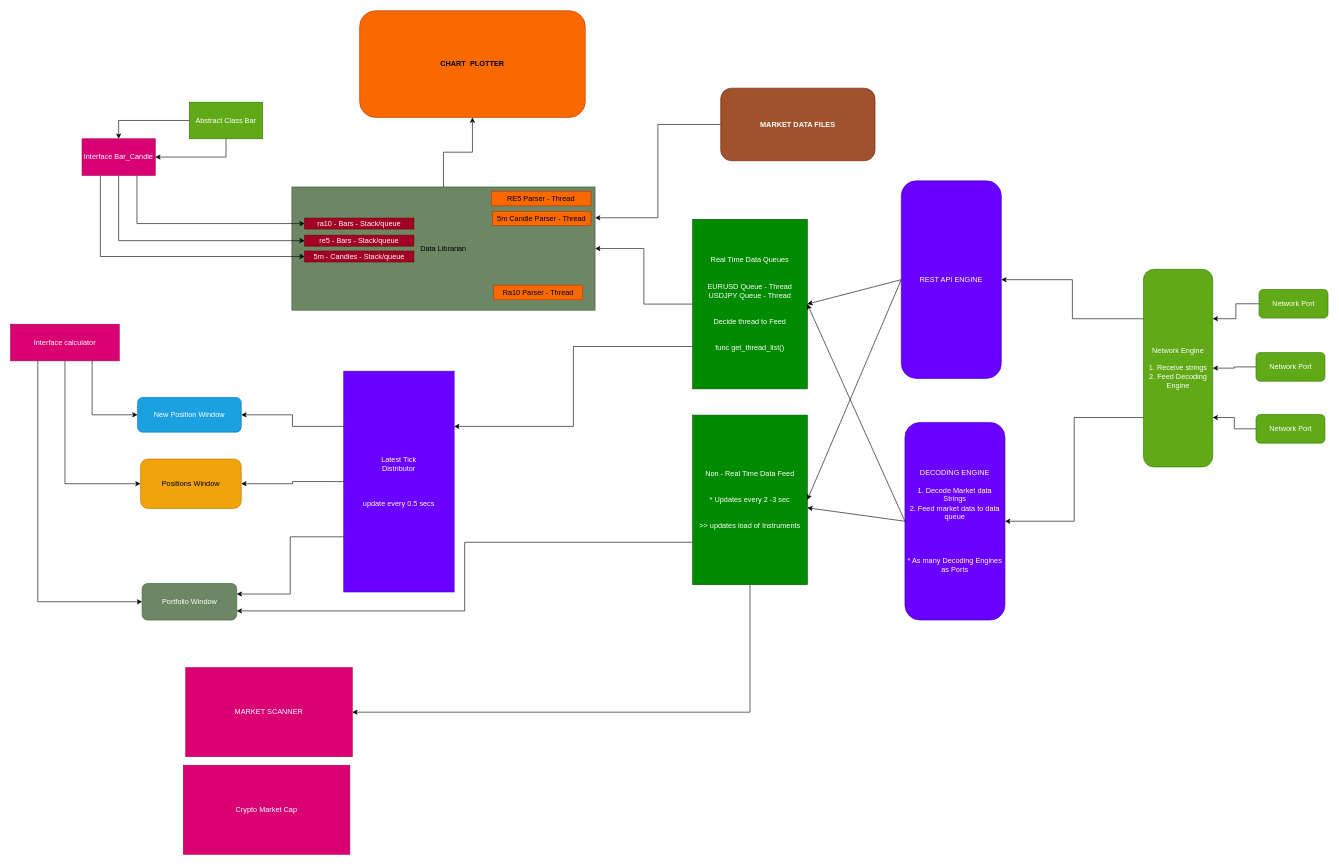
Earlier version of the draw.io diagram page "Page-1" (1 of 2) of 11 LIGHTNING DOCUMENTATION & PROPOSAL/DOCUMENTATION & DESIGHN DIAGRAMS/DATAFLOW Diagram - Market Data PipeLine.drawio (STANLEYKINYUA/LIGHTNING). Source tidied: cells renumbered, new cells numbered last; positions are measured from the earlier drawing's top-left corner, leaving out a move shared by most shapes. Both pictures are drawn from the tidied source at 61%, with x=0, y=0 at pixel (10, 10).
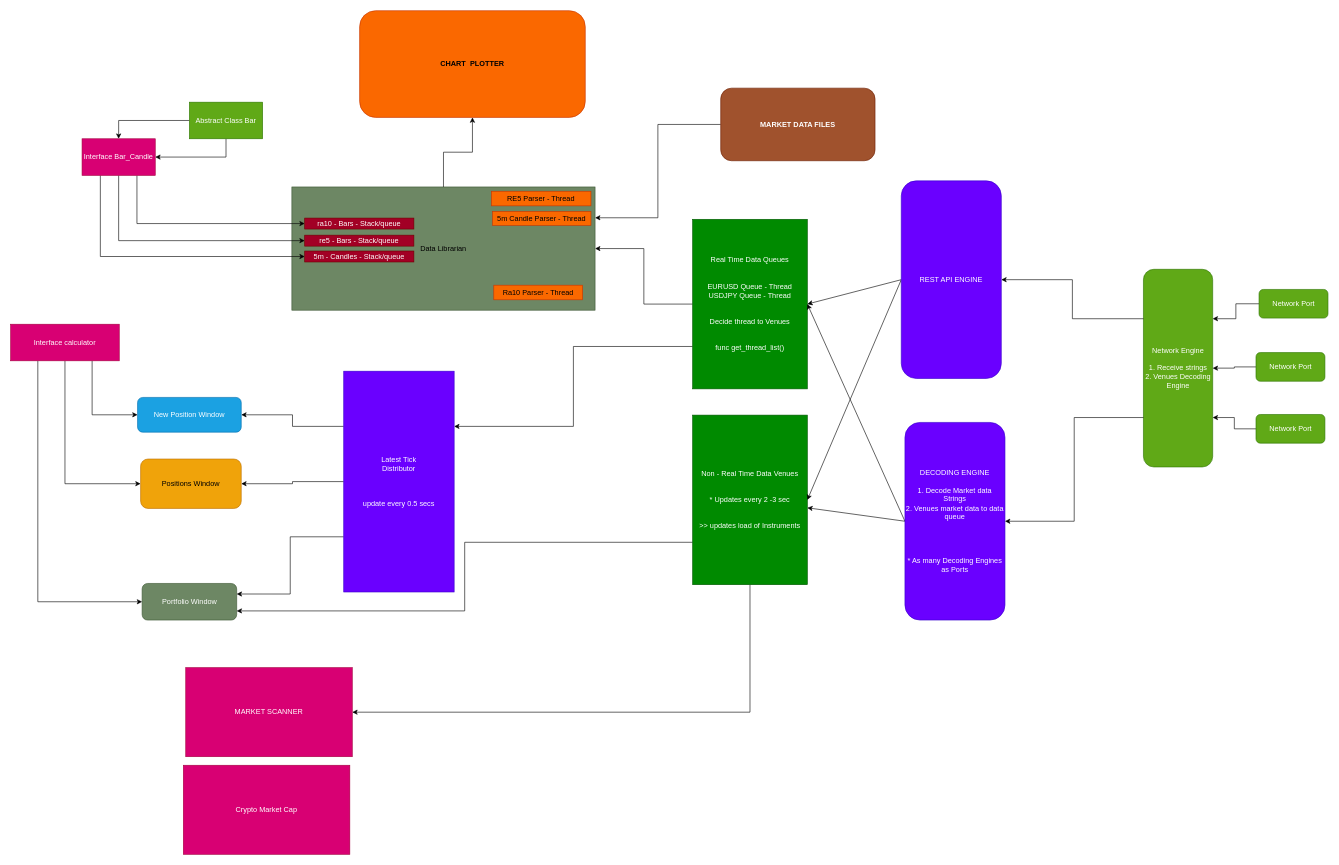
After the change.

The change refers to these unchanged cells:
```xml
<mxCell id="48" style="group;" parent="1" vertex="1">
  <mxGeometry x="1857" y="424" width="302.5" height="324" as="geometry" />
</mxCell>
```

Change to the diagram source:
```diff
@@
-    <mxCell id="4" value="Real Time Data Queues&lt;br&gt;&lt;br&gt;&lt;br&gt;EURUSD Queue - Thread&lt;br&gt;USDJPY Queue - Thread&lt;br&gt;&lt;br&gt;&lt;br&gt;Decide thread to Feed&lt;br&gt;&lt;br&gt;&lt;br&gt;func get_thread_list()" style="rounded=0;whiteSpace=wrap;html=1;fillColor=#008a00;fontColor=#ffffff;strokeColor=#005700;" parent="1" vertex="1">
+    <mxCell id="4" value="Real Time Data Queues&lt;br&gt;&lt;br&gt;&lt;br&gt;EURUSD Queue - Thread&lt;br&gt;USDJPY Queue - Thread&lt;br&gt;&lt;br&gt;&lt;br&gt;Decide thread to Venues&lt;br&gt;&lt;br&gt;&lt;br&gt;func get_thread_list()" style="rounded=0;whiteSpace=wrap;html=1;fillColor=#008a00;fontColor=#ffffff;strokeColor=#005700;" parent="1" vertex="1">
       <mxGeometry x="1118" y="342" width="188" height="278" as="geometry" />
     </mxCell>
@@
-    <mxCell id="42" value="DECODING ENGINE&lt;br&gt;&lt;br&gt;1. Decode Market data Strings&lt;br&gt;2. Feed market data to data queue&lt;br&gt;&lt;br&gt;&lt;br&gt;&lt;br&gt;&lt;br&gt;* As many Decoding Engines as Ports" style="rounded=1;whiteSpace=wrap;html=1;fillColor=#6a00ff;fontColor=#ffffff;strokeColor=#3700CC;" parent="1" vertex="1">
+    <mxCell id="42" value="DECODING ENGINE&lt;br&gt;&lt;br&gt;1. Decode Market data Strings&lt;br&gt;2. Venues market data to data queue&lt;br&gt;&lt;br&gt;&lt;br&gt;&lt;br&gt;&lt;br&gt;* As many Decoding Engines as Ports" style="rounded=1;whiteSpace=wrap;html=1;fillColor=#6a00ff;fontColor=#ffffff;strokeColor=#3700CC;" parent="1" vertex="1">
       <mxGeometry x="1466" y="675" width="164" height="324" as="geometry" />
     </mxCell>
@@
-    <mxCell id="45" value="Non - Real Time Data Feed&lt;br&gt;&lt;br&gt;&lt;br&gt;* Updates every 2 -3 sec&lt;br&gt;&lt;br&gt;&lt;br&gt;&amp;gt;&amp;gt; updates load of Instruments" style="rounded=0;whiteSpace=wrap;html=1;fillColor=#008a00;fontColor=#ffffff;strokeColor=#005700;" parent="1" vertex="1">
+    <mxCell id="45" value="Non - Real Time Data Venues&lt;br&gt;&lt;br&gt;&lt;br&gt;* Updates every 2 -3 sec&lt;br&gt;&lt;br&gt;&lt;br&gt;&amp;gt;&amp;gt; updates load of Instruments" style="rounded=0;whiteSpace=wrap;html=1;fillColor=#008a00;fontColor=#ffffff;strokeColor=#005700;" parent="1" vertex="1">
       <mxGeometry x="1118" y="663" width="188" height="278" as="geometry" />
     </mxCell>
@@
-    <mxCell id="49" value="Network Engine&lt;br&gt;&lt;br&gt;1. Receive strings&lt;br&gt;2. Feed Decoding Engine" style="rounded=1;whiteSpace=wrap;html=1;fillColor=#60a917;fontColor=#ffffff;strokeColor=#2D7600;" parent="48" vertex="1">
+    <mxCell id="49" value="Network Engine&lt;br&gt;&lt;br&gt;1. Receive strings&lt;br&gt;2. Venues Decoding Engine" style="rounded=1;whiteSpace=wrap;html=1;fillColor=#60a917;fontColor=#ffffff;strokeColor=#2D7600;" parent="48" vertex="1">
       <mxGeometry width="113.5" height="324" as="geometry" />
     </mxCell>
```
